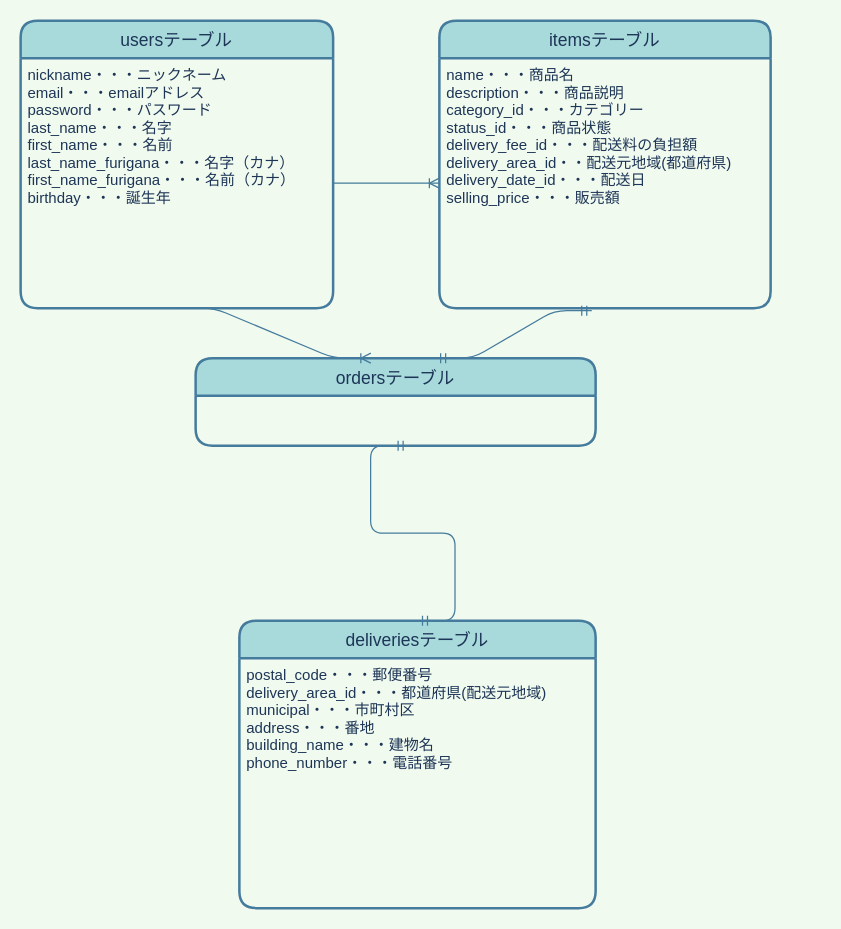
The draw.io diagram furima.dio in fumitofujiwara/furima-32908, before the edit. Source tidied: cells renumbered, new cells numbered last; positions are measured from the earlier drawing's top-left corner, leaving out a move shared by most shapes. Both pictures are drawn from the tidied source at 125%, with x=0, y=0 at pixel (20, 20).
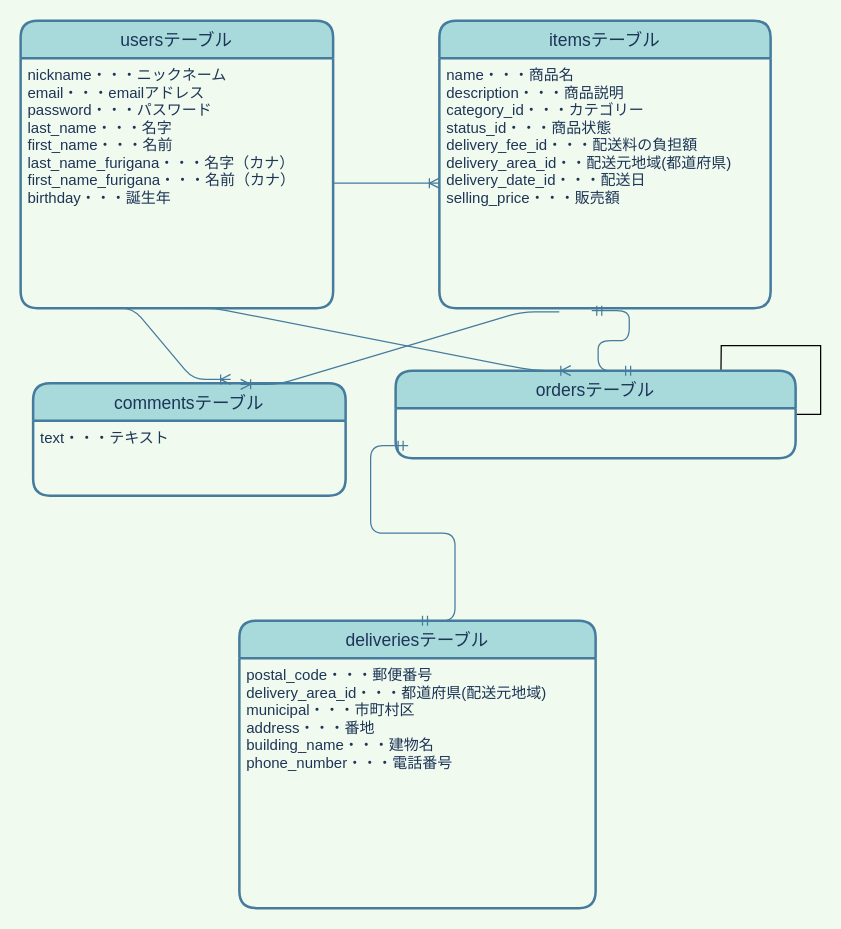
The same diagram, later.

What changed in the source:
```diff
@@
 <mxGraphModel background="#F1FAEE">
   <root>
     <mxCell id="0" />
     <mxCell id="1" parent="0" />
     <mxCell id="2" value="usersテーブル" style="swimlane;horizontal=1;startSize=30;rounded=1;fontSize=14;fontStyle=0;strokeWidth=2;shadow=0;dashed=0;align=center;fillColor=#A8DADC;strokeColor=#457B9D;fontColor=#1D3557;" parent="1" vertex="1">
       <mxGeometry width="250" height="230" as="geometry" />
     </mxCell>
     <mxCell id="3" value="nickname・・・ニックネーム&#10;email・・・emailアドレス&#10;password・・・パスワード&#10;last_name・・・名字&#10;first_name・・・名前&#10;last_name_furigana・・・名字（カナ）&#10;first_name_furigana・・・名前（カナ）&#10;birthday・・・誕生年" style="align=left;strokeColor=none;fillColor=none;spacingLeft=4;fontSize=12;verticalAlign=top;fontColor=#1D3557;shadow=1;" parent="2" vertex="1">
       <mxGeometry y="30" width="250" height="200" as="geometry" />
     </mxCell>
     <mxCell id="4" value="itemsテーブル" style="swimlane;horizontal=1;startSize=30;rounded=1;fontSize=14;fontStyle=0;strokeWidth=2;shadow=0;dashed=0;align=center;fillColor=#A8DADC;strokeColor=#457B9D;fontColor=#1D3557;" parent="1" vertex="1">
       <mxGeometry x="335" width="265" height="230" as="geometry" />
     </mxCell>
     <mxCell id="5" value="name・・・商品名&#10;description・・・商品説明&#10;category_id・・・カテゴリー&#10;status_id・・・商品状態&#10;delivery_fee_id・・・配送料の負担額&#10;delivery_area_id・・配送元地域(都道府県)&#10;delivery_date_id・・・配送日&#10;selling_price・・・販売額" style="align=left;strokeColor=none;fillColor=none;spacingLeft=4;fontSize=12;verticalAlign=top;fontColor=#1D3557;" parent="4" vertex="1">
       <mxGeometry y="30" width="265" height="200" as="geometry" />
     </mxCell>
+    <mxCell id="13" style="edgeStyle=orthogonalEdgeStyle;rounded=0;jettySize=auto;html=1;exitX=1;exitY=0.5;exitDx=0;exitDy=0;" parent="1" edge="1" source="6">
+      <mxGeometry relative="1" as="geometry">
+        <mxPoint x="560" y="305" as="targetPoint" />
+      </mxGeometry>
+    </mxCell>
     <mxCell id="6" value="ordersテーブル" style="swimlane;horizontal=1;startSize=30;rounded=1;fontSize=14;fontStyle=0;strokeWidth=2;shadow=0;dashed=0;align=center;fillColor=#A8DADC;strokeColor=#457B9D;fontColor=#1D3557;" parent="1" vertex="1">
-      <mxGeometry x="140" y="270" width="320" height="70" as="geometry" />
+      <mxGeometry x="300" y="280" width="320" height="70" as="geometry" />
     </mxCell>
     <mxCell id="7" style="edgeStyle=entityRelationEdgeStyle;fontSize=12;html=1;endArrow=ERoneToMany;exitX=1;exitY=0.5;exitDx=0;exitDy=0;entryX=0;entryY=0.5;entryDx=0;entryDy=0;labelBackgroundColor=#F1FAEE;strokeColor=#457B9D;fontColor=#1D3557;" parent="1" edge="1" source="3" target="5">
       <mxGeometry relative="1" as="geometry" />
     </mxCell>
     <mxCell id="8" style="edgeStyle=entityRelationEdgeStyle;fontSize=12;html=1;endArrow=ERoneToMany;exitX=0.5;exitY=1;exitDx=0;exitDy=0;entryX=0.438;entryY=0;entryDx=0;entryDy=0;entryPerimeter=0;labelBackgroundColor=#F1FAEE;strokeColor=#457B9D;fontColor=#1D3557;" parent="1" edge="1" source="3" target="6">
       <mxGeometry relative="1" as="geometry" />
     </mxCell>
     <mxCell id="9" style="edgeStyle=entityRelationEdgeStyle;fontSize=12;html=1;endArrow=ERmandOne;startArrow=ERmandOne;entryX=0.46;entryY=1.01;entryDx=0;entryDy=0;entryPerimeter=0;exitX=0.6;exitY=0;exitDx=0;exitDy=0;exitPerimeter=0;labelBackgroundColor=#F1FAEE;strokeColor=#457B9D;fontColor=#1D3557;" parent="1" edge="1" source="6" target="5">
       <mxGeometry relative="1" as="geometry" />
     </mxCell>
     <mxCell id="10" value="deliveriesテーブル" style="swimlane;horizontal=1;startSize=30;rounded=1;fontSize=14;fontStyle=0;strokeWidth=2;shadow=0;dashed=0;align=center;fillColor=#A8DADC;strokeColor=#457B9D;fontColor=#1D3557;" parent="1" vertex="1">
       <mxGeometry x="175" y="480" width="285" height="230" as="geometry" />
     </mxCell>
     <mxCell id="11" value="postal_code・・・郵便番号&#10;delivery_area_id・・・都道府県(配送元地域)&#10;municipal・・・市町村区&#10;address・・・番地&#10;building_name・・・建物名&#10;phone_number・・・電話番号" style="align=left;strokeColor=none;fillColor=none;spacingLeft=4;fontSize=12;verticalAlign=top;fontColor=#1D3557;" parent="10" vertex="1">
       <mxGeometry y="30" width="285" height="200" as="geometry" />
     </mxCell>
     <mxCell id="12" style="edgeStyle=entityRelationEdgeStyle;fontSize=12;html=1;endArrow=ERmandOne;startArrow=ERmandOne;exitX=0.5;exitY=0;exitDx=0;exitDy=0;strokeColor=#457B9D;" parent="1" edge="1" source="10">
       <mxGeometry relative="1" as="geometry">
         <mxPoint x="310" y="340" as="targetPoint" />
       </mxGeometry>
     </mxCell>
+    <mxCell id="14" value="commentsテーブル" style="swimlane;horizontal=1;startSize=30;rounded=1;fontSize=14;fontStyle=0;strokeWidth=2;shadow=0;dashed=0;align=center;fillColor=#A8DADC;strokeColor=#457B9D;fontColor=#1D3557;" parent="1" vertex="1">
+      <mxGeometry x="10" y="290" width="250" height="90" as="geometry" />
+    </mxCell>
+    <mxCell id="15" value="text・・・テキスト" style="align=left;strokeColor=none;fillColor=none;spacingLeft=4;fontSize=12;verticalAlign=top;fontColor=#1D3557;shadow=1;" parent="14" vertex="1">
+      <mxGeometry y="30" width="250" height="60" as="geometry" />
+    </mxCell>
+    <mxCell id="16" style="edgeStyle=entityRelationEdgeStyle;fontSize=12;html=1;endArrow=ERoneToMany;exitX=0.5;exitY=1;exitDx=0;exitDy=0;entryX=0.632;entryY=-0.033;entryDx=0;entryDy=0;entryPerimeter=0;labelBackgroundColor=#F1FAEE;strokeColor=#457B9D;fontColor=#1D3557;" parent="1" edge="1" target="14">
+      <mxGeometry relative="1" as="geometry">
+        <mxPoint x="60" y="230" as="sourcePoint" />
+      </mxGeometry>
+    </mxCell>
+    <mxCell id="17" style="edgeStyle=entityRelationEdgeStyle;fontSize=12;html=1;endArrow=ERoneToMany;exitX=0.362;exitY=1.015;exitDx=0;exitDy=0;entryX=0.664;entryY=0.011;entryDx=0;entryDy=0;entryPerimeter=0;labelBackgroundColor=#F1FAEE;strokeColor=#457B9D;fontColor=#1D3557;exitPerimeter=0;" parent="1" edge="1" source="5" target="14">
+      <mxGeometry relative="1" as="geometry" />
+    </mxCell>
   </root>
 </mxGraphModel>
```
